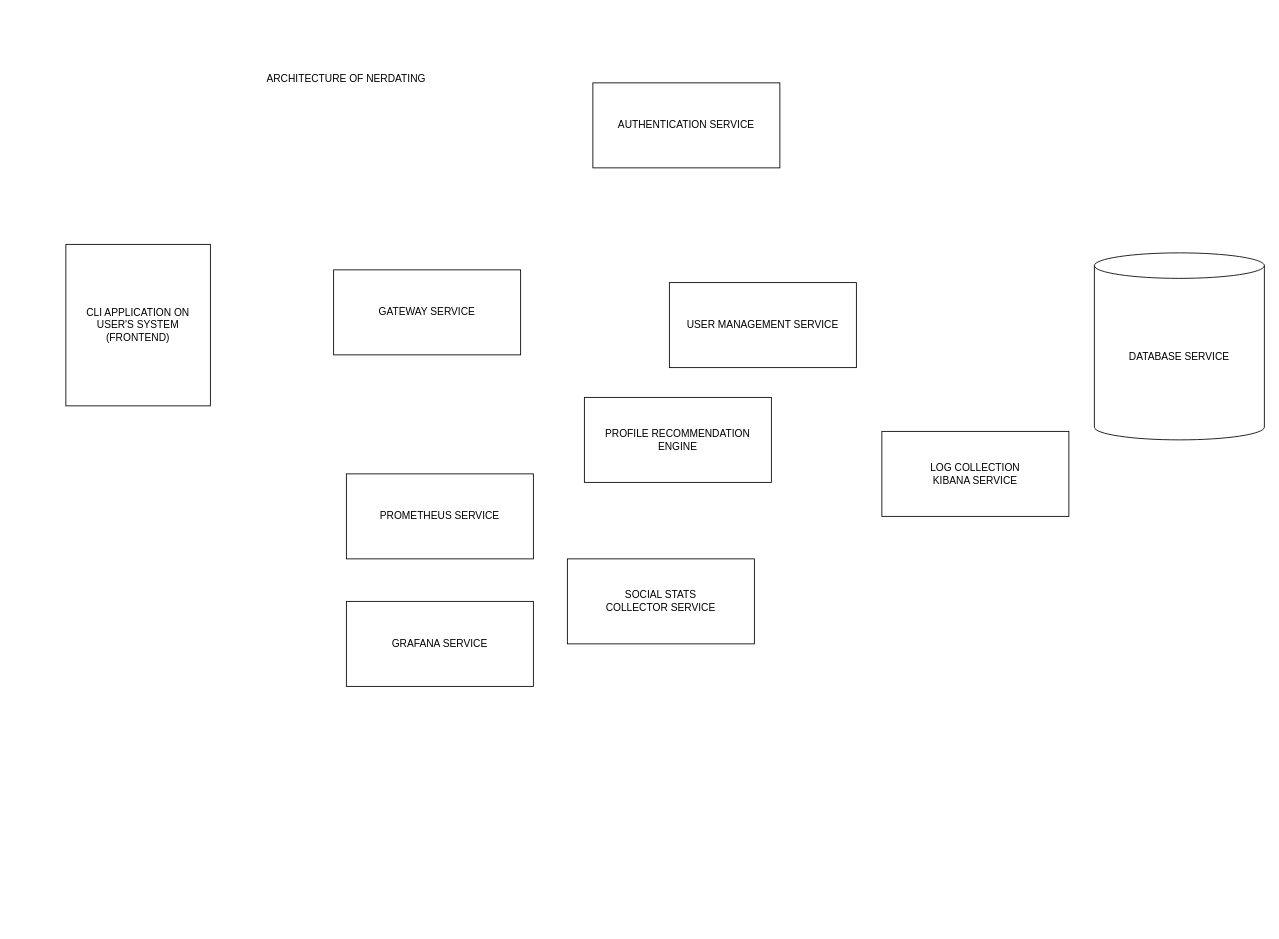
This is design/NerdDatingArchitecture.drawio from panthercorp/nerdate, a draw.io file, before an edit. Source tidied: cells renumbered, new cells numbered last; positions are measured from the earlier drawing's top-left corner, leaving out a move shared by most shapes. Both pictures are drawn from the tidied source at 85%, with x=0, y=0 at pixel (65, 65).
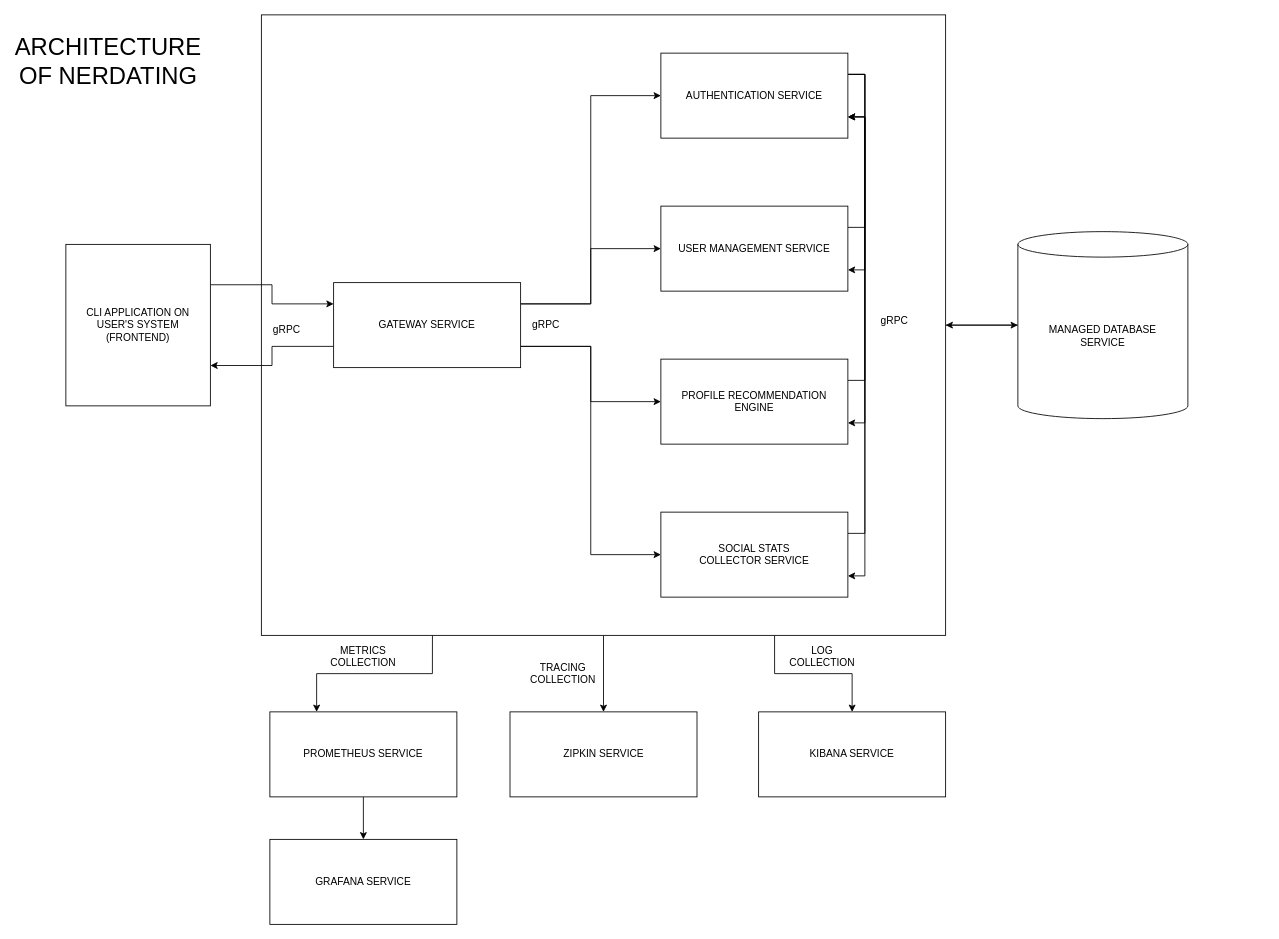
After the change.

The change refers to these unchanged cells:
```xml
<mxCell id="3" value="&lt;div&gt;CLI APPLICATION ON USER'S SYSTEM&lt;/div&gt;&lt;div&gt;(FRONTEND)&lt;br&gt;&lt;/div&gt;" style="rounded=0;whiteSpace=wrap;html=1;" parent="1" vertex="1">
  <mxGeometry y="210" width="170" height="190" as="geometry" />
</mxCell>
```

Change to the diagram source:
```diff
@@
+    <mxCell id="13" style="edgeStyle=orthogonalEdgeStyle;rounded=0;jettySize=auto;html=1;entryX=0;entryY=0.5;entryDx=0;entryDy=0;entryPerimeter=0;" parent="1" edge="1" source="17" target="12">
+      <mxGeometry relative="1" as="geometry" />
+    </mxCell>
+    <mxCell id="14" style="edgeStyle=orthogonalEdgeStyle;rounded=0;jettySize=auto;html=1;exitX=0.25;exitY=1;exitDx=0;exitDy=0;entryX=0.25;entryY=0;entryDx=0;entryDy=0;" parent="1" edge="1" source="17" target="9">
+      <mxGeometry relative="1" as="geometry" />
+    </mxCell>
+    <mxCell id="15" style="edgeStyle=orthogonalEdgeStyle;rounded=0;jettySize=auto;html=1;exitX=0.75;exitY=1;exitDx=0;exitDy=0;entryX=0.5;entryY=0;entryDx=0;entryDy=0;fontSize=12;" parent="1" edge="1" source="17" target="11">
+      <mxGeometry relative="1" as="geometry" />
+    </mxCell>
+    <mxCell id="16" style="edgeStyle=orthogonalEdgeStyle;rounded=0;jettySize=auto;html=1;fontSize=12;" parent="1" edge="1" source="17" target="35">
+      <mxGeometry relative="1" as="geometry" />
+    </mxCell>
+    <mxCell id="17" style="rounded=0;whiteSpace=wrap;html=1;" parent="1" vertex="1">
+      <mxGeometry x="230" y="-60" width="805" height="730" as="geometry" />
+    </mxCell>
-    <mxCell id="2" value="ARCHITECTURE OF NERDATING" style="text;html=1;strokeColor=none;fillColor=none;align=center;verticalAlign=middle;whiteSpace=wrap;rounded=0;" parent="1" vertex="1">
-      <mxGeometry x="220" width="220" height="30" as="geometry" />
+    <mxCell id="2" value="ARCHITECTURE OF NERDATING" style="text;html=1;strokeColor=none;fillColor=none;align=center;verticalAlign=middle;whiteSpace=wrap;rounded=0;fontSize=28;" parent="1" vertex="1">
+      <mxGeometry x="-60" y="-20" width="220" height="30" as="geometry" />
     </mxCell>
+    <mxCell id="18" style="edgeStyle=orthogonalEdgeStyle;rounded=0;jettySize=auto;html=1;exitX=1;exitY=0.25;exitDx=0;exitDy=0;entryX=0;entryY=0.25;entryDx=0;entryDy=0;" parent="1" edge="1" source="3" target="8">
+      <mxGeometry relative="1" as="geometry" />
+    </mxCell>
@@
+    <mxCell id="19" style="edgeStyle=orthogonalEdgeStyle;rounded=0;jettySize=auto;html=1;exitX=1;exitY=0.25;exitDx=0;exitDy=0;entryX=1;entryY=0.75;entryDx=0;entryDy=0;" parent="1" edge="1" source="4" target="6">
+      <mxGeometry relative="1" as="geometry" />
+    </mxCell>
+    <mxCell id="20" style="edgeStyle=orthogonalEdgeStyle;rounded=0;jettySize=auto;html=1;exitX=1;exitY=0.25;exitDx=0;exitDy=0;entryX=1;entryY=0.75;entryDx=0;entryDy=0;" parent="1" edge="1" source="4" target="7">
+      <mxGeometry relative="1" as="geometry" />
+    </mxCell>
+    <mxCell id="21" style="edgeStyle=orthogonalEdgeStyle;rounded=0;jettySize=auto;html=1;exitX=1;exitY=0.25;exitDx=0;exitDy=0;entryX=1;entryY=0.75;entryDx=0;entryDy=0;" parent="1" edge="1" source="4" target="5">
+      <mxGeometry relative="1" as="geometry" />
+    </mxCell>
     <mxCell id="4" value="AUTHENTICATION SERVICE" style="rounded=0;whiteSpace=wrap;html=1;" parent="1" vertex="1">
-      <mxGeometry x="620" y="20" width="220" height="100" as="geometry" />
+      <mxGeometry x="700" y="-15" width="220" height="100" as="geometry" />
     </mxCell>
+    <mxCell id="22" style="edgeStyle=orthogonalEdgeStyle;rounded=0;jettySize=auto;html=1;exitX=1;exitY=0.25;exitDx=0;exitDy=0;entryX=1;entryY=0.75;entryDx=0;entryDy=0;" parent="1" edge="1" source="5" target="4">
+      <mxGeometry relative="1" as="geometry" />
+    </mxCell>
     <mxCell id="5" value="&lt;div&gt;USER MANAGEMENT SERVICE&lt;/div&gt;" style="rounded=0;whiteSpace=wrap;html=1;" parent="1" vertex="1">
-      <mxGeometry x="710" y="255" width="220" height="100" as="geometry" />
+      <mxGeometry x="700" y="165" width="220" height="100" as="geometry" />
     </mxCell>
+    <mxCell id="23" style="edgeStyle=orthogonalEdgeStyle;rounded=0;jettySize=auto;html=1;exitX=1;exitY=0.25;exitDx=0;exitDy=0;entryX=1;entryY=0.75;entryDx=0;entryDy=0;" parent="1" edge="1" source="6" target="4">
+      <mxGeometry relative="1" as="geometry" />
+    </mxCell>
     <mxCell id="6" value="&lt;div&gt;PROFILE RECOMMENDATION&lt;/div&gt;&lt;div&gt;ENGINE&lt;br&gt;&lt;/div&gt;" style="rounded=0;whiteSpace=wrap;html=1;" parent="1" vertex="1">
-      <mxGeometry x="610" y="390" width="220" height="100" as="geometry" />
+      <mxGeometry x="700" y="345" width="220" height="100" as="geometry" />
     </mxCell>
+    <mxCell id="24" style="edgeStyle=orthogonalEdgeStyle;rounded=0;jettySize=auto;html=1;exitX=1;exitY=0.25;exitDx=0;exitDy=0;entryX=1;entryY=0.75;entryDx=0;entryDy=0;" parent="1" edge="1" source="7" target="4">
+      <mxGeometry relative="1" as="geometry" />
+    </mxCell>
     <mxCell id="7" value="&lt;div&gt;SOCIAL STATS &lt;br&gt;&lt;/div&gt;&lt;div&gt;COLLECTOR SERVICE&lt;/div&gt;" style="rounded=0;whiteSpace=wrap;html=1;" parent="1" vertex="1">
-      <mxGeometry x="590" y="580" width="220" height="100" as="geometry" />
+      <mxGeometry x="700" y="525" width="220" height="100" as="geometry" />
     </mxCell>
+    <mxCell id="25" style="edgeStyle=orthogonalEdgeStyle;rounded=0;jettySize=auto;html=1;exitX=0;exitY=0.75;exitDx=0;exitDy=0;entryX=1;entryY=0.75;entryDx=0;entryDy=0;" parent="1" edge="1" source="8" target="3">
+      <mxGeometry relative="1" as="geometry" />
+    </mxCell>
+    <mxCell id="26" style="edgeStyle=orthogonalEdgeStyle;rounded=0;jettySize=auto;html=1;exitX=1;exitY=0.25;exitDx=0;exitDy=0;entryX=0;entryY=0.5;entryDx=0;entryDy=0;" parent="1" edge="1" source="8" target="4">
+      <mxGeometry relative="1" as="geometry" />
+    </mxCell>
+    <mxCell id="27" style="edgeStyle=orthogonalEdgeStyle;rounded=0;jettySize=auto;html=1;exitX=1;exitY=0.25;exitDx=0;exitDy=0;entryX=0;entryY=0.5;entryDx=0;entryDy=0;" parent="1" edge="1" source="8" target="5">
+      <mxGeometry relative="1" as="geometry" />
+    </mxCell>
+    <mxCell id="28" style="edgeStyle=orthogonalEdgeStyle;rounded=0;jettySize=auto;html=1;exitX=1;exitY=0.75;exitDx=0;exitDy=0;entryX=0;entryY=0.5;entryDx=0;entryDy=0;" parent="1" edge="1" source="8" target="6">
+      <mxGeometry relative="1" as="geometry" />
+    </mxCell>
+    <mxCell id="29" style="edgeStyle=orthogonalEdgeStyle;rounded=0;jettySize=auto;html=1;exitX=1;exitY=0.75;exitDx=0;exitDy=0;entryX=0;entryY=0.5;entryDx=0;entryDy=0;" parent="1" edge="1" source="8" target="7">
+      <mxGeometry relative="1" as="geometry" />
+    </mxCell>
     <mxCell id="8" value="GATEWAY SERVICE" style="rounded=0;whiteSpace=wrap;html=1;" parent="1" vertex="1">
-      <mxGeometry x="315" y="240" width="220" height="100" as="geometry" />
+      <mxGeometry x="315" y="255" width="220" height="100" as="geometry" />
     </mxCell>
+    <mxCell id="30" style="edgeStyle=orthogonalEdgeStyle;rounded=0;jettySize=auto;html=1;" parent="1" edge="1" source="9" target="10">
+      <mxGeometry relative="1" as="geometry" />
+    </mxCell>
-    <mxCell id="9" value="PROMETHEUS SERVICE" style="rounded=0;whiteSpace=wrap;html=1;" parent="1" vertex="1">
-      <mxGeometry x="330" y="480" width="220" height="100" as="geometry" />
+    <mxCell id="9" value="&lt;div&gt;PROMETHEUS SERVICE&lt;/div&gt;" style="rounded=0;whiteSpace=wrap;html=1;" parent="1" vertex="1">
+      <mxGeometry x="240" y="760" width="220" height="100" as="geometry" />
     </mxCell>
     <mxCell id="10" value="GRAFANA SERVICE" style="rounded=0;whiteSpace=wrap;html=1;" parent="1" vertex="1">
-      <mxGeometry x="330" y="630" width="220" height="100" as="geometry" />
+      <mxGeometry x="240" y="910" width="220" height="100" as="geometry" />
     </mxCell>
-    <mxCell id="11" value="&lt;div&gt;LOG COLLECTION&lt;/div&gt;&lt;div&gt;KIBANA SERVICE&lt;br&gt;&lt;/div&gt;" style="rounded=0;whiteSpace=wrap;html=1;" parent="1" vertex="1">
-      <mxGeometry x="960" y="430" width="220" height="100" as="geometry" />
+    <mxCell id="11" value="&lt;div&gt;KIBANA SERVICE&lt;br&gt;&lt;/div&gt;" style="rounded=0;whiteSpace=wrap;html=1;" parent="1" vertex="1">
+      <mxGeometry x="815" y="760" width="220" height="100" as="geometry" />
     </mxCell>
+    <mxCell id="31" style="edgeStyle=orthogonalEdgeStyle;rounded=0;jettySize=auto;html=1;exitX=0;exitY=0.5;exitDx=0;exitDy=0;exitPerimeter=0;entryX=1;entryY=0.5;entryDx=0;entryDy=0;" parent="1" edge="1" source="12" target="17">
+      <mxGeometry relative="1" as="geometry" />
+    </mxCell>
-    <mxCell id="12" value="DATABASE SERVICE" style="shape=cylinder3;whiteSpace=wrap;html=1;boundedLbl=1;backgroundOutline=1;size=15;" parent="1" vertex="1">
-      <mxGeometry x="1210" y="220" width="200" height="220" as="geometry" />
+    <mxCell id="12" value="&lt;div&gt;MANAGED DATABASE &lt;br&gt;&lt;/div&gt;&lt;div&gt;SERVICE&lt;/div&gt;" style="shape=cylinder3;whiteSpace=wrap;html=1;boundedLbl=1;backgroundOutline=1;size=15;" parent="1" vertex="1">
+      <mxGeometry x="1120" y="195" width="200" height="220" as="geometry" />
     </mxCell>
+    <mxCell id="32" value="&lt;font style=&quot;font-size: 12px;&quot;&gt;gRPC&lt;/font&gt;" style="text;html=1;strokeColor=none;fillColor=none;align=center;verticalAlign=middle;whiteSpace=wrap;rounded=0;fontSize=28;" parent="1" vertex="1">
+      <mxGeometry x="230" y="290" width="60" height="30" as="geometry" />
+    </mxCell>
+    <mxCell id="33" value="&lt;font style=&quot;font-size: 12px;&quot;&gt;gRPC&lt;/font&gt;" style="text;whiteSpace=wrap;html=1;fontSize=12;align=center;verticalAlign=middle;" parent="1" vertex="1">
+      <mxGeometry x="530" y="285" width="70" height="40" as="geometry" />
+    </mxCell>
+    <mxCell id="34" value="&lt;font style=&quot;font-size: 12px;&quot;&gt;gRPC&lt;/font&gt;" style="text;whiteSpace=wrap;html=1;fontSize=12;align=center;verticalAlign=middle;" parent="1" vertex="1">
+      <mxGeometry x="940" y="280" width="70" height="40" as="geometry" />
+    </mxCell>
+    <mxCell id="35" value="&lt;div&gt;ZIPKIN SERVICE&lt;/div&gt;" style="rounded=0;whiteSpace=wrap;html=1;" parent="1" vertex="1">
+      <mxGeometry x="522.5" y="760" width="220" height="100" as="geometry" />
+    </mxCell>
+    <mxCell id="36" value="METRICS COLLECTION" style="text;html=1;strokeColor=none;fillColor=none;align=center;verticalAlign=middle;whiteSpace=wrap;rounded=0;fontSize=12;" parent="1" vertex="1">
+      <mxGeometry x="285" y="680" width="130" height="30" as="geometry" />
+    </mxCell>
+    <mxCell id="37" value="TRACING COLLECTION" style="text;html=1;strokeColor=none;fillColor=none;align=center;verticalAlign=middle;whiteSpace=wrap;rounded=0;fontSize=12;" parent="1" vertex="1">
+      <mxGeometry x="550" y="700" width="70" height="30" as="geometry" />
+    </mxCell>
+    <mxCell id="38" value="LOG COLLECTION" style="text;html=1;strokeColor=none;fillColor=none;align=center;verticalAlign=middle;whiteSpace=wrap;rounded=0;fontSize=12;" parent="1" vertex="1">
+      <mxGeometry x="860" y="680" width="60" height="30" as="geometry" />
+    </mxCell>
```
